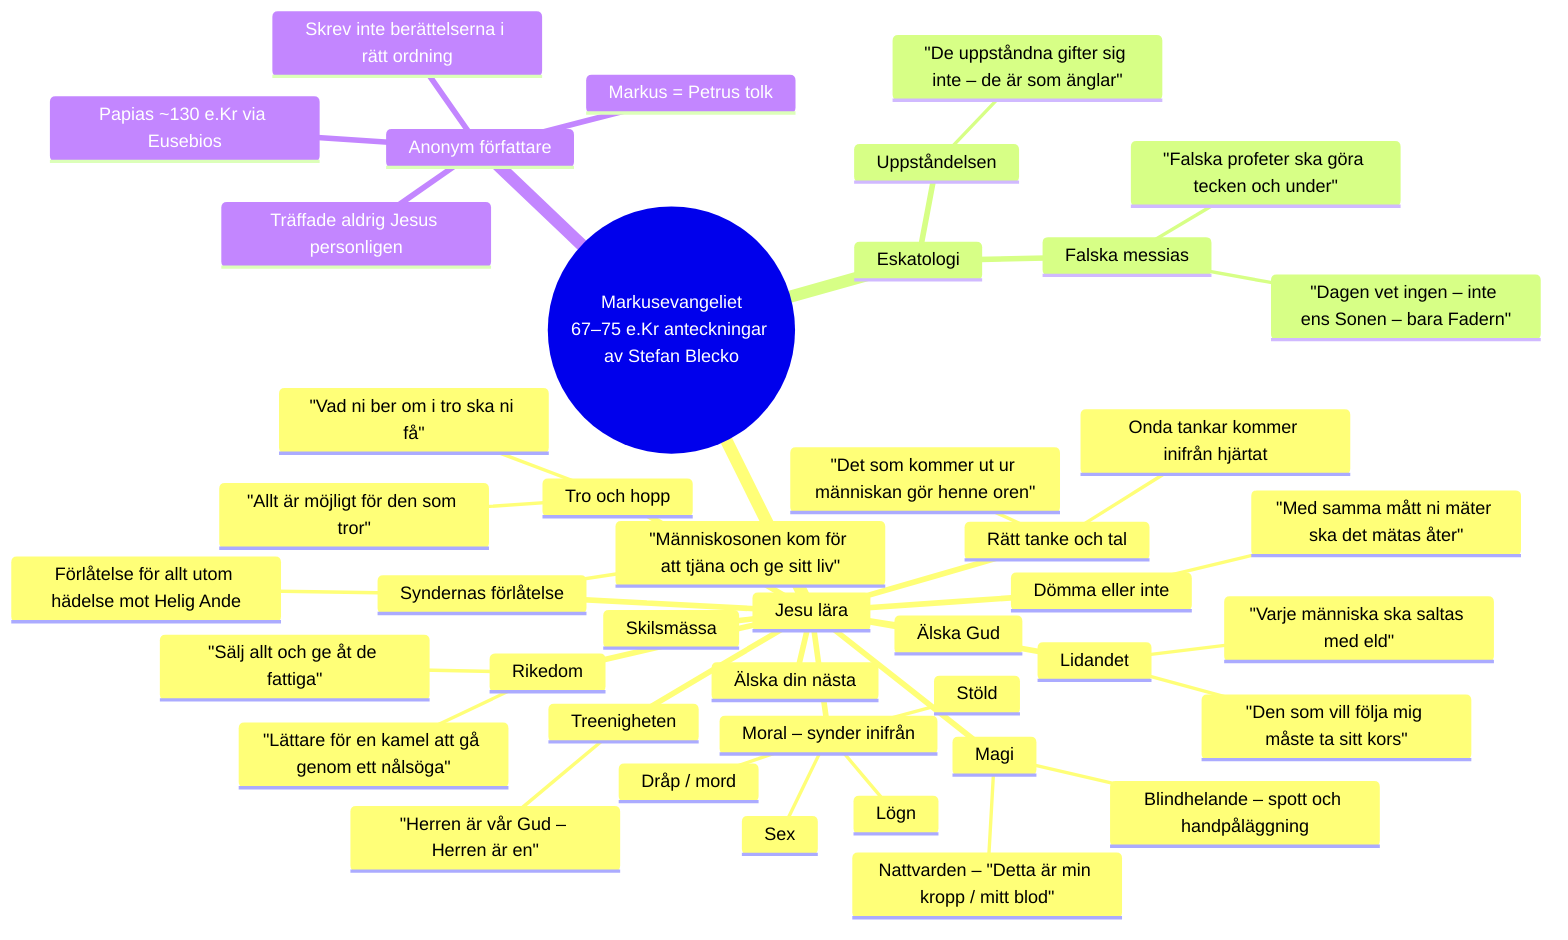
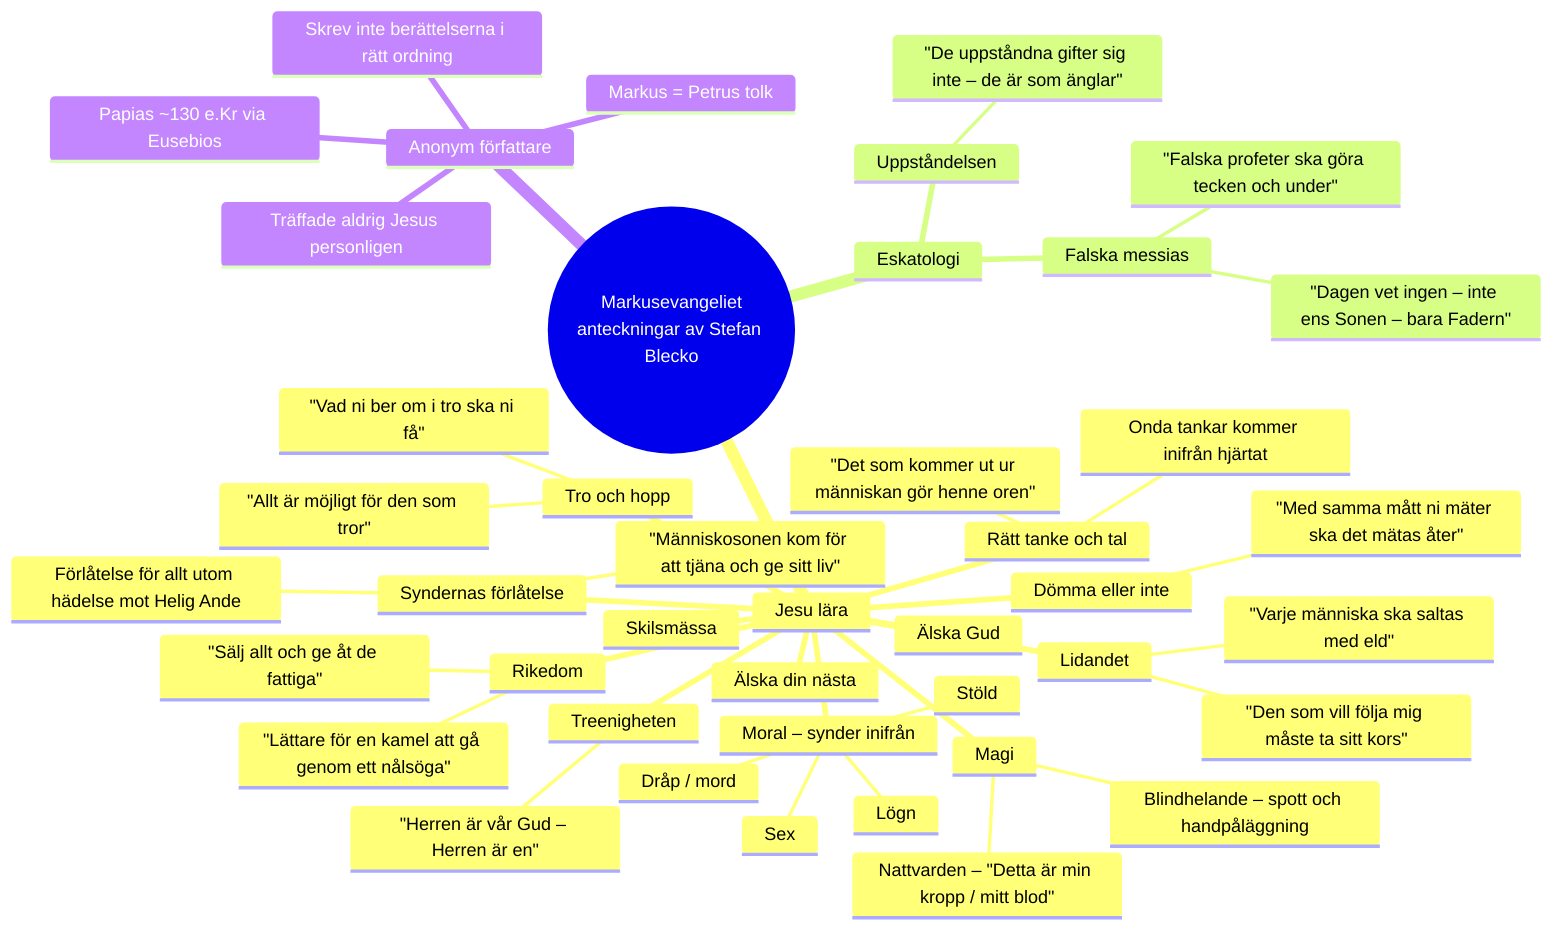
mindmap
  root((Markusevangeliet
-     67–75 e.Kr anteckningar av Stefan Blecko))
+     anteckningar av Stefan Blecko))
    Jesu lära
      Magi
        Nattvarden – "Detta är min kropp / mitt blod"
        Blindhelande – spott och handpåläggning
      Lidandet
        "Den som vill följa mig måste ta sitt kors"
        "Varje människa ska saltas med eld"
      Skilsmässa
      Treenigheten
        "Herren är vår Gud – Herren är en"
      Syndernas förlåtelse
        "Människosonen kom för att tjäna och ge sitt liv"
        Förlåtelse för allt utom hädelse mot Helig Ande
      Rätt tanke och tal
        "Det som kommer ut ur människan gör henne oren"
        Onda tankar kommer inifrån hjärtat
      Tro och hopp
        "Allt är möjligt för den som tror"
        "Vad ni ber om i tro ska ni få"
      Dömma eller inte
        "Med samma mått ni mäter ska det mätas åter"
      Älska Gud
      Älska din nästa
      Rikedom
        "Sälj allt och ge åt de fattiga"
        "Lättare för en kamel att gå genom ett nålsöga"
      Moral – synder inifrån
        Dråp / mord
        Sex
        Stöld
        Lögn
    Eskatologi
      Uppståndelsen
        "De uppståndna gifter sig inte – de är som änglar"
      Falska messias
        "Falska profeter ska göra tecken och under"
        "Dagen vet ingen – inte ens Sonen – bara Fadern"
    Anonym författare
      Papias ~130 e.Kr via Eusebios
      Markus = Petrus tolk
      Träffade aldrig Jesus personligen
      Skrev inte berättelserna i rätt ordning
